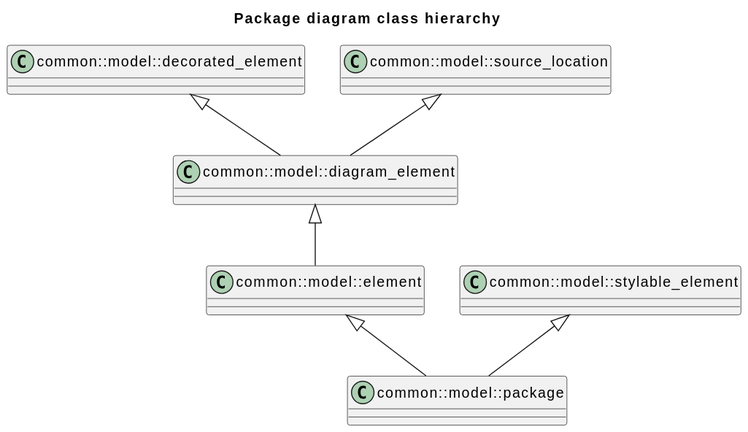
Before: clang-uml/diagrams/package_hierarchy_class.svg, a diagram exported from PlantUML (bkryza/clang-uml-examples).
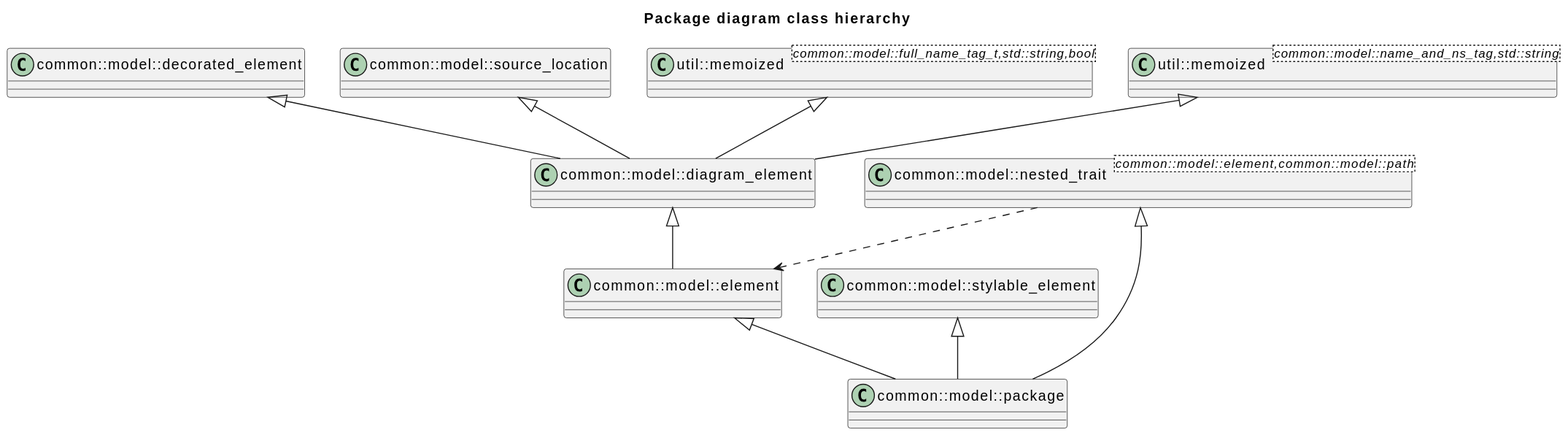
Above is the later version.

The edit, as a diff of the source:
```diff
@@ -1,33 +1,49 @@
 @startuml
 title Package diagram class hierarchy
-class "common::model::decorated_element" as C_0001117102382624673118
-class C_0001117102382624673118 [[classclanguml_1_1common_1_1model_1_1decorated__element.html{Base class for decorated diagram elements}]] {
+class "common::model::decorated_element" as C_0008936819060997384951
+class C_0008936819060997384951 [[classclanguml_1_1common_1_1model_1_1decorated__element.html{Base class for decorated diagram elements}]] {
 __
 }
-class "common::model::stylable_element" as C_0002077846075979426940
-class C_0002077846075979426940 [[classclanguml_1_1common_1_1model_1_1stylable__element.html{Diagram elements to which style can be applied.}]] {
+class "common::model::source_location" as C_0007162092657467521843
+class C_0007162092657467521843 [[classclanguml_1_1common_1_1model_1_1source__location.html{Base class of all diagram elements that have source location.}]] {
 __
 }
-class "common::model::source_location" as C_0000895261582183440230
-class C_0000895261582183440230 [[classclanguml_1_1common_1_1model_1_1source__location.html{Base class of all diagram elements that have source location.}]] {
+class "common::model::stylable_element" as C_0016622768607835415521
+class C_0016622768607835415521 [[classclanguml_1_1common_1_1model_1_1stylable__element.html{Diagram elements to which style can be applied.}]] {
 __
 }
-class "common::model::diagram_element" as C_0001073500714379115414
-class C_0001073500714379115414 [[classclanguml_1_1common_1_1model_1_1diagram__element.html{Base class for standalone diagram elements.}]] {
+class "common::model::diagram_element" as C_0008588005715032923314
+class C_0008588005715032923314 [[classclanguml_1_1common_1_1model_1_1diagram__element.html{Base class for standalone diagram elements.}]] {
 __
 }
-class "common::model::element" as C_0002069520381434407937
-class C_0002069520381434407937 [[classclanguml_1_1common_1_1model_1_1element.html{Base class for any element qualified by namespace.}]] {
+class "common::model::element" as C_0016556163051475263500
+class C_0016556163051475263500 [[classclanguml_1_1common_1_1model_1_1element.html{Base class for any element qualified by namespace.}]] {
 __
 }
-class "common::model::package" as C_0002143286684830686854
-class C_0002143286684830686854 [[classclanguml_1_1common_1_1model_1_1package.html{Diagram element representing namespace or directory package}]] {
+class "common::model::nested_trait<common::model::element,common::model::path>" as C_0015066935078142509054
+class C_0015066935078142509054 [[classclanguml_1_1common_1_1model_1_1nested__trait.html{nested_trait}]] {
 __
 }
-C_0001117102382624673118 <|-- C_0001073500714379115414
-C_0000895261582183440230 <|-- C_0001073500714379115414
-C_0001073500714379115414 <|-- C_0002069520381434407937
-C_0002069520381434407937 <|-- C_0002143286684830686854
-C_0002077846075979426940 <|-- C_0002143286684830686854
+class "common::model::package" as C_0017146293478645494837
+class C_0017146293478645494837 [[classclanguml_1_1common_1_1model_1_1package.html{Diagram element representing namespace or directory package}]] {
+__
+}
+class "util::memoized<common::model::full_name_tag_t,std::string,bool>" as C_0015453306866783002016
+class C_0015453306866783002016 [[classclanguml_1_1util_1_1memoized.html{memoized}]] {
+__
+}
+class "util::memoized<common::model::name_and_ns_tag,std::string>" as C_0011142327304907631799
+class C_0011142327304907631799 [[classclanguml_1_1util_1_1memoized.html{memoized}]] {
+__
+}
+C_0008936819060997384951 <|-- C_0008588005715032923314
+C_0007162092657467521843 <|-- C_0008588005715032923314
+C_0015453306866783002016 <|-- C_0008588005715032923314
+C_0011142327304907631799 <|-- C_0008588005715032923314
+C_0008588005715032923314 <|-- C_0016556163051475263500
+C_0015066935078142509054 ..> C_0016556163051475263500
+C_0016556163051475263500 <|-- C_0017146293478645494837
+C_0016622768607835415521 <|-- C_0017146293478645494837
+C_0015066935078142509054 <|-- C_0017146293478645494837
 
 @enduml
```
